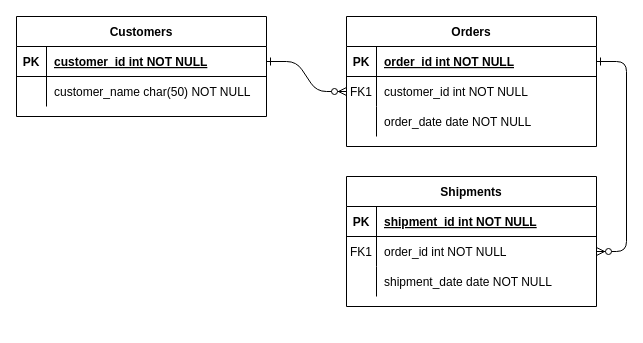
The draw.io diagram 配置中心/Apollo实体关系.drawio in Zhengyang550/draw.io, before the edit. Source tidied: cells renumbered, new cells numbered last; positions are measured from the earlier drawing's top-left corner, leaving out a move shared by most shapes. Both pictures are drawn from the tidied source at 100%, with x=0, y=0 at pixel (16, 16).
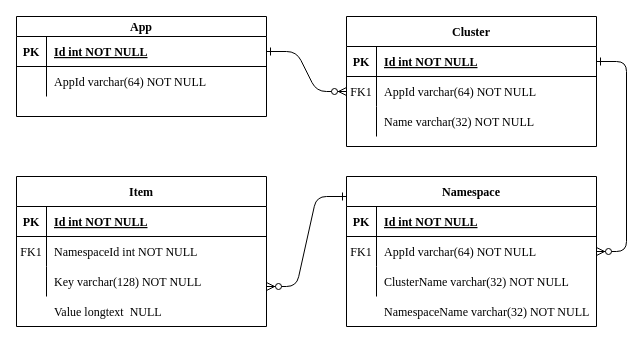
After the change.

Commit message:
更新Apollo实体关系.drawio

The edit, as a diff of the source:
```diff
@@
-    <mxCell id="2" style="edgeStyle=entityRelationEdgeStyle;endArrow=ERzeroToMany;startArrow=ERone;endFill=1;startFill=0;" parent="1" edge="1" source="25" target="8">
+    <mxCell id="2" style="edgeStyle=entityRelationEdgeStyle;endArrow=ERzeroToMany;startArrow=ERone;endFill=1;startFill=0;fontFamily=Times New Roman;" parent="1" edge="1" source="25" target="8">
       <mxGeometry relative="1" as="geometry" />
     </mxCell>
-    <mxCell id="3" style="edgeStyle=entityRelationEdgeStyle;endArrow=ERzeroToMany;startArrow=ERone;endFill=1;startFill=0;" parent="1" edge="1" source="5" target="18">
+    <mxCell id="3" style="edgeStyle=entityRelationEdgeStyle;endArrow=ERzeroToMany;startArrow=ERone;endFill=1;startFill=0;fontFamily=Times New Roman;" parent="1" edge="1" source="5" target="18">
       <mxGeometry relative="1" as="geometry" />
     </mxCell>
-    <mxCell id="4" value="Orders" style="shape=table;startSize=30;childLayout=tableLayout;rowLines=0;fontStyle=1;align=center;" parent="1" vertex="1">
+    <mxCell id="4" value="Cluster" style="shape=table;startSize=30;childLayout=tableLayout;rowLines=0;fontStyle=1;align=center;fontFamily=Times New Roman;" parent="1" vertex="1">
       <mxGeometry x="330" width="250" height="130" as="geometry" />
     </mxCell>
-    <mxCell id="5" style="shape=partialRectangle;fillColor=none;points=[[0,0.5],[1,0.5]];portConstraint=eastwest;top=0;left=0;right=0;bottom=1;" parent="4" vertex="1">
+    <mxCell id="5" style="shape=partialRectangle;fillColor=none;points=[[0,0.5],[1,0.5]];portConstraint=eastwest;top=0;left=0;right=0;bottom=1;fontFamily=Times New Roman;" parent="4" vertex="1">
       <mxGeometry y="30" width="250" height="30" as="geometry" />
     </mxCell>
-    <mxCell id="6" value="PK" style="shape=partialRectangle;overflow=hidden;fillColor=none;top=0;left=0;bottom=0;right=0;fontStyle=1;" parent="5" vertex="1">
+    <mxCell id="6" value="PK" style="shape=partialRectangle;overflow=hidden;fillColor=none;top=0;left=0;bottom=0;right=0;fontStyle=1;fontFamily=Times New Roman;" parent="5" vertex="1">
       <mxGeometry width="30" height="30" as="geometry" />
     </mxCell>
-    <mxCell id="7" value="order_id int NOT NULL " style="shape=partialRectangle;overflow=hidden;fillColor=none;top=0;left=0;bottom=0;right=0;align=left;spacingLeft=6;fontStyle=5;" parent="5" vertex="1">
+    <mxCell id="7" value="Id int NOT NULL" style="shape=partialRectangle;overflow=hidden;fillColor=none;top=0;left=0;bottom=0;right=0;align=left;spacingLeft=6;fontStyle=5;fontFamily=Times New Roman;" parent="5" vertex="1">
       <mxGeometry x="30" width="220" height="30" as="geometry" />
     </mxCell>
-    <mxCell id="8" style="shape=partialRectangle;fillColor=none;points=[[0,0.5],[1,0.5]];portConstraint=eastwest;top=0;left=0;right=0;bottom=0;" parent="4" vertex="1">
+    <mxCell id="8" style="shape=partialRectangle;fillColor=none;points=[[0,0.5],[1,0.5]];portConstraint=eastwest;top=0;left=0;right=0;bottom=0;fontFamily=Times New Roman;" parent="4" vertex="1">
       <mxGeometry y="60" width="250" height="30" as="geometry" />
     </mxCell>
-    <mxCell id="9" value="FK1" style="shape=partialRectangle;overflow=hidden;fillColor=none;top=0;left=0;bottom=0;right=0;" parent="8" vertex="1">
+    <mxCell id="9" value="FK1" style="shape=partialRectangle;overflow=hidden;fillColor=none;top=0;left=0;bottom=0;right=0;fontFamily=Times New Roman;" parent="8" vertex="1">
       <mxGeometry width="30" height="30" as="geometry" />
     </mxCell>
-    <mxCell id="10" value="customer_id int NOT NULL" style="shape=partialRectangle;overflow=hidden;fillColor=none;top=0;left=0;bottom=0;right=0;align=left;spacingLeft=6;" parent="8" vertex="1">
+    <mxCell id="10" value="AppId varchar(64) NOT NULL" style="shape=partialRectangle;overflow=hidden;fillColor=none;top=0;left=0;bottom=0;right=0;align=left;spacingLeft=6;fontFamily=Times New Roman;" parent="8" vertex="1">
       <mxGeometry x="30" width="220" height="30" as="geometry" />
     </mxCell>
-    <mxCell id="11" style="shape=partialRectangle;fillColor=none;top=0;left=0;right=0;bottom=0;" parent="4" vertex="1">
+    <mxCell id="11" style="shape=partialRectangle;fillColor=none;top=0;left=0;right=0;bottom=0;fontFamily=Times New Roman;" parent="4" vertex="1">
       <mxGeometry y="90" width="250" height="30" as="geometry" />
     </mxCell>
-    <mxCell id="12" style="shape=partialRectangle;overflow=hidden;fillColor=none;top=0;left=0;bottom=0;right=0;" parent="11" vertex="1">
+    <mxCell id="12" style="shape=partialRectangle;overflow=hidden;fillColor=none;top=0;left=0;bottom=0;right=0;fontFamily=Times New Roman;" parent="11" vertex="1">
       <mxGeometry width="30" height="30" as="geometry" />
     </mxCell>
-    <mxCell id="13" value="order_date date NOT NULL" style="shape=partialRectangle;overflow=hidden;fillColor=none;top=0;left=0;bottom=0;right=0;align=left;spacingLeft=6;" parent="11" vertex="1">
+    <mxCell id="13" value="Name varchar(32) NOT NULL" style="shape=partialRectangle;overflow=hidden;fillColor=none;top=0;left=0;bottom=0;right=0;align=left;spacingLeft=6;fontFamily=Times New Roman;" parent="11" vertex="1">
       <mxGeometry x="30" width="220" height="30" as="geometry" />
     </mxCell>
-    <mxCell id="14" value="Shipments" style="shape=table;startSize=30;childLayout=tableLayout;rowLines=0;fontStyle=1;align=center;" parent="1" vertex="1">
-      <mxGeometry x="330" y="160" width="250" height="130" as="geometry" />
+    <mxCell id="14" value="Namespace" style="shape=table;startSize=30;childLayout=tableLayout;rowLines=0;fontStyle=1;align=center;fontFamily=Times New Roman;" parent="1" vertex="1">
+      <mxGeometry x="330" y="160" width="250" height="150" as="geometry" />
     </mxCell>
-    <mxCell id="15" style="shape=partialRectangle;fillColor=none;top=0;left=0;right=0;bottom=1;" parent="14" vertex="1">
+    <mxCell id="15" style="shape=partialRectangle;fillColor=none;top=0;left=0;right=0;bottom=1;fontFamily=Times New Roman;" parent="14" vertex="1">
       <mxGeometry y="30" width="250" height="30" as="geometry" />
     </mxCell>
-    <mxCell id="16" value="PK" style="shape=partialRectangle;overflow=hidden;fillColor=none;top=0;left=0;bottom=0;right=0;fontStyle=1;" parent="15" vertex="1">
+    <mxCell id="16" value="PK" style="shape=partialRectangle;overflow=hidden;fillColor=none;top=0;left=0;bottom=0;right=0;fontStyle=1;fontFamily=Times New Roman;" parent="15" vertex="1">
       <mxGeometry width="30" height="30" as="geometry" />
     </mxCell>
-    <mxCell id="17" value="shipment_id int NOT NULL " style="shape=partialRectangle;overflow=hidden;fillColor=none;top=0;left=0;bottom=0;right=0;align=left;spacingLeft=6;fontStyle=5;" parent="15" vertex="1">
+    <mxCell id="17" value="Id int NOT NULL " style="shape=partialRectangle;overflow=hidden;fillColor=none;top=0;left=0;bottom=0;right=0;align=left;spacingLeft=6;fontStyle=5;fontFamily=Times New Roman;" parent="15" vertex="1">
       <mxGeometry x="30" width="220" height="30" as="geometry" />
     </mxCell>
-    <mxCell id="18" style="shape=partialRectangle;fillColor=none;points=[[0,0.5],[1,0.5]];portConstraint=eastwest;top=0;left=0;right=0;bottom=0;" parent="14" vertex="1">
+    <mxCell id="18" style="shape=partialRectangle;fillColor=none;points=[[0,0.5],[1,0.5]];portConstraint=eastwest;top=0;left=0;right=0;bottom=0;fontFamily=Times New Roman;" parent="14" vertex="1">
       <mxGeometry y="60" width="250" height="30" as="geometry" />
     </mxCell>
-    <mxCell id="19" value="FK1" style="shape=partialRectangle;overflow=hidden;fillColor=none;top=0;left=0;bottom=0;right=0;" parent="18" vertex="1">
+    <mxCell id="19" value="FK1" style="shape=partialRectangle;overflow=hidden;fillColor=none;top=0;left=0;bottom=0;right=0;fontFamily=Times New Roman;" parent="18" vertex="1">
       <mxGeometry width="30" height="30" as="geometry" />
     </mxCell>
-    <mxCell id="20" value="order_id int NOT NULL" style="shape=partialRectangle;overflow=hidden;fillColor=none;top=0;left=0;bottom=0;right=0;align=left;spacingLeft=6;" parent="18" vertex="1">
+    <mxCell id="20" value="AppId varchar(64) NOT NULL" style="shape=partialRectangle;overflow=hidden;fillColor=none;top=0;left=0;bottom=0;right=0;align=left;spacingLeft=6;fontFamily=Times New Roman;" parent="18" vertex="1">
       <mxGeometry x="30" width="220" height="30" as="geometry" />
     </mxCell>
-    <mxCell id="21" style="shape=partialRectangle;fillColor=none;top=0;left=0;right=0;bottom=0;" parent="14" vertex="1">
+    <mxCell id="21" style="shape=partialRectangle;fillColor=none;top=0;left=0;right=0;bottom=0;fontFamily=Times New Roman;" parent="14" vertex="1">
       <mxGeometry y="90" width="250" height="30" as="geometry" />
     </mxCell>
-    <mxCell id="22" style="shape=partialRectangle;overflow=hidden;fillColor=none;top=0;left=0;bottom=0;right=0;" parent="21" vertex="1">
+    <mxCell id="22" style="shape=partialRectangle;overflow=hidden;fillColor=none;top=0;left=0;bottom=0;right=0;fontFamily=Times New Roman;" parent="21" vertex="1">
       <mxGeometry width="30" height="30" as="geometry" />
     </mxCell>
-    <mxCell id="23" value="shipment_date date NOT NULL" style="shape=partialRectangle;overflow=hidden;fillColor=none;top=0;left=0;bottom=0;right=0;align=left;spacingLeft=6;" parent="21" vertex="1">
+    <mxCell id="23" value="ClusterName varchar(32) NOT NULL" style="shape=partialRectangle;overflow=hidden;fillColor=none;top=0;left=0;bottom=0;right=0;align=left;spacingLeft=6;fontFamily=Times New Roman;" parent="21" vertex="1">
       <mxGeometry x="30" width="220" height="30" as="geometry" />
     </mxCell>
-    <mxCell id="24" value="Customers" style="shape=table;startSize=30;childLayout=tableLayout;rowLines=0;fontStyle=1;align=center;" parent="1" vertex="1">
+    <mxCell id="24" value="App" style="shape=table;startSize=20;childLayout=tableLayout;rowLines=0;fontStyle=1;align=center;fontFamily=Times New Roman;" parent="1" vertex="1">
       <mxGeometry width="250" height="100" as="geometry" />
     </mxCell>
-    <mxCell id="25" style="shape=partialRectangle;fillColor=none;points=[[0,0.5],[1,0.5]];portConstraint=eastwest;top=0;left=0;right=0;bottom=1;" parent="24" vertex="1">
-      <mxGeometry y="30" width="250" height="30" as="geometry" />
+    <mxCell id="25" style="shape=partialRectangle;fillColor=none;points=[[0,0.5],[1,0.5]];portConstraint=eastwest;top=0;left=0;right=0;bottom=1;fontFamily=Times New Roman;" parent="24" vertex="1">
+      <mxGeometry y="20" width="250" height="30" as="geometry" />
     </mxCell>
-    <mxCell id="26" value="PK" style="shape=partialRectangle;overflow=hidden;fillColor=none;top=0;left=0;bottom=0;right=0;fontStyle=1;" parent="25" vertex="1">
+    <mxCell id="26" value="PK" style="shape=partialRectangle;overflow=hidden;fillColor=none;top=0;left=0;bottom=0;right=0;fontStyle=1;fontFamily=Times New Roman;" parent="25" vertex="1">
       <mxGeometry width="30" height="30" as="geometry" />
     </mxCell>
-    <mxCell id="27" value="customer_id int NOT NULL " style="shape=partialRectangle;overflow=hidden;fillColor=none;top=0;left=0;bottom=0;right=0;align=left;spacingLeft=6;fontStyle=5;" parent="25" vertex="1">
+    <mxCell id="27" value="Id int NOT NULL" style="shape=partialRectangle;overflow=hidden;fillColor=none;top=0;left=0;bottom=0;right=0;align=left;spacingLeft=6;fontStyle=5;fontFamily=Times New Roman;" parent="25" vertex="1">
       <mxGeometry x="30" width="220" height="30" as="geometry" />
     </mxCell>
-    <mxCell id="28" style="shape=partialRectangle;fillColor=none;top=0;left=0;right=0;bottom=0;" parent="24" vertex="1">
-      <mxGeometry y="60" width="250" height="30" as="geometry" />
+    <mxCell id="28" style="shape=partialRectangle;fillColor=none;top=0;left=0;right=0;bottom=0;fontFamily=Times New Roman;" parent="24" vertex="1">
+      <mxGeometry y="50" width="250" height="30" as="geometry" />
     </mxCell>
-    <mxCell id="29" style="shape=partialRectangle;overflow=hidden;fillColor=none;top=0;left=0;bottom=0;right=0;" parent="28" vertex="1">
+    <mxCell id="29" style="shape=partialRectangle;overflow=hidden;fillColor=none;top=0;left=0;bottom=0;right=0;fontFamily=Times New Roman;" parent="28" vertex="1">
       <mxGeometry width="30" height="30" as="geometry" />
     </mxCell>
-    <mxCell id="30" value="customer_name char(50) NOT NULL" style="shape=partialRectangle;overflow=hidden;fillColor=none;top=0;left=0;bottom=0;right=0;align=left;spacingLeft=6;" parent="28" vertex="1">
+    <mxCell id="30" value="AppId varchar(64) NOT NULL" style="shape=partialRectangle;overflow=hidden;fillColor=none;top=0;left=0;bottom=0;right=0;align=left;spacingLeft=6;fontFamily=Times New Roman;" parent="28" vertex="1">
       <mxGeometry x="30" width="220" height="30" as="geometry" />
     </mxCell>
+    <mxCell id="31" value="NamespaceName varchar(32) NOT NULL" style="shape=partialRectangle;overflow=hidden;fillColor=none;top=0;left=0;bottom=0;right=0;align=left;spacingLeft=6;fontFamily=Times New Roman;" parent="1" vertex="1">
+      <mxGeometry x="360" y="280" width="220" height="30" as="geometry" />
+    </mxCell>
+    <mxCell id="32" value="Item" style="shape=table;startSize=30;childLayout=tableLayout;rowLines=0;fontStyle=1;align=center;fontFamily=Times New Roman;" parent="1" vertex="1">
+      <mxGeometry y="160" width="250" height="150" as="geometry" />
+    </mxCell>
+    <mxCell id="33" style="shape=partialRectangle;fillColor=none;top=0;left=0;right=0;bottom=1;fontFamily=Times New Roman;" parent="32" vertex="1">
+      <mxGeometry y="30" width="250" height="30" as="geometry" />
+    </mxCell>
+    <mxCell id="34" value="PK" style="shape=partialRectangle;overflow=hidden;fillColor=none;top=0;left=0;bottom=0;right=0;fontStyle=1;fontFamily=Times New Roman;" parent="33" vertex="1">
+      <mxGeometry width="30" height="30" as="geometry" />
+    </mxCell>
+    <mxCell id="35" value="Id int NOT NULL " style="shape=partialRectangle;overflow=hidden;fillColor=none;top=0;left=0;bottom=0;right=0;align=left;spacingLeft=6;fontStyle=5;fontFamily=Times New Roman;" parent="33" vertex="1">
+      <mxGeometry x="30" width="220" height="30" as="geometry" />
+    </mxCell>
+    <mxCell id="36" style="shape=partialRectangle;fillColor=none;top=0;left=0;right=0;bottom=0;fontFamily=Times New Roman;" parent="32" vertex="1">
+      <mxGeometry y="60" width="250" height="30" as="geometry" />
+    </mxCell>
+    <mxCell id="37" value="FK1" style="shape=partialRectangle;overflow=hidden;fillColor=none;top=0;left=0;bottom=0;right=0;fontFamily=Times New Roman;" parent="36" vertex="1">
+      <mxGeometry width="30" height="30" as="geometry" />
+    </mxCell>
+    <mxCell id="38" value="NamespaceId int NOT NULL" style="shape=partialRectangle;overflow=hidden;fillColor=none;top=0;left=0;bottom=0;right=0;align=left;spacingLeft=6;fontFamily=Times New Roman;" parent="36" vertex="1">
+      <mxGeometry x="30" width="220" height="30" as="geometry" />
+    </mxCell>
+    <mxCell id="39" style="shape=partialRectangle;fillColor=none;top=0;left=0;right=0;bottom=0;fontFamily=Times New Roman;" parent="32" vertex="1">
+      <mxGeometry y="90" width="250" height="30" as="geometry" />
+    </mxCell>
+    <mxCell id="40" style="shape=partialRectangle;overflow=hidden;fillColor=none;top=0;left=0;bottom=0;right=0;fontFamily=Times New Roman;" parent="39" vertex="1">
+      <mxGeometry width="30" height="30" as="geometry" />
+    </mxCell>
+    <mxCell id="41" value="Key varchar(128) NOT NULL" style="shape=partialRectangle;overflow=hidden;fillColor=none;top=0;left=0;bottom=0;right=0;align=left;spacingLeft=6;fontFamily=Times New Roman;" parent="39" vertex="1">
+      <mxGeometry x="30" width="220" height="30" as="geometry" />
+    </mxCell>
+    <mxCell id="42" style="edgeStyle=entityRelationEdgeStyle;fontSize=12;html=1;endArrow=ERone;startArrow=ERzeroToMany;fontFamily=Times New Roman;verticalAlign=middle;endFill=0;startFill=1;" parent="1" edge="1">
+      <mxGeometry relative="1" as="geometry">
+        <mxPoint x="250" y="270" as="sourcePoint" />
+        <mxPoint x="330" y="180" as="targetPoint" />
+      </mxGeometry>
+    </mxCell>
+    <mxCell id="43" style="shape=partialRectangle;fillColor=none;top=0;left=0;right=0;bottom=0;fontFamily=Times New Roman;" parent="1" vertex="1">
+      <mxGeometry y="280" width="250" height="30" as="geometry" />
+    </mxCell>
+    <mxCell id="44" style="shape=partialRectangle;overflow=hidden;fillColor=none;top=0;left=0;bottom=0;right=0;fontFamily=Times New Roman;" parent="43" vertex="1">
+      <mxGeometry width="30" height="30" as="geometry" />
+    </mxCell>
+    <mxCell id="45" value="Value longtext  NULL" style="shape=partialRectangle;overflow=hidden;fillColor=none;top=0;left=0;bottom=0;right=0;align=left;spacingLeft=6;fontFamily=Times New Roman;" parent="43" vertex="1">
+      <mxGeometry x="30" width="220" height="30" as="geometry" />
+    </mxCell>
```
